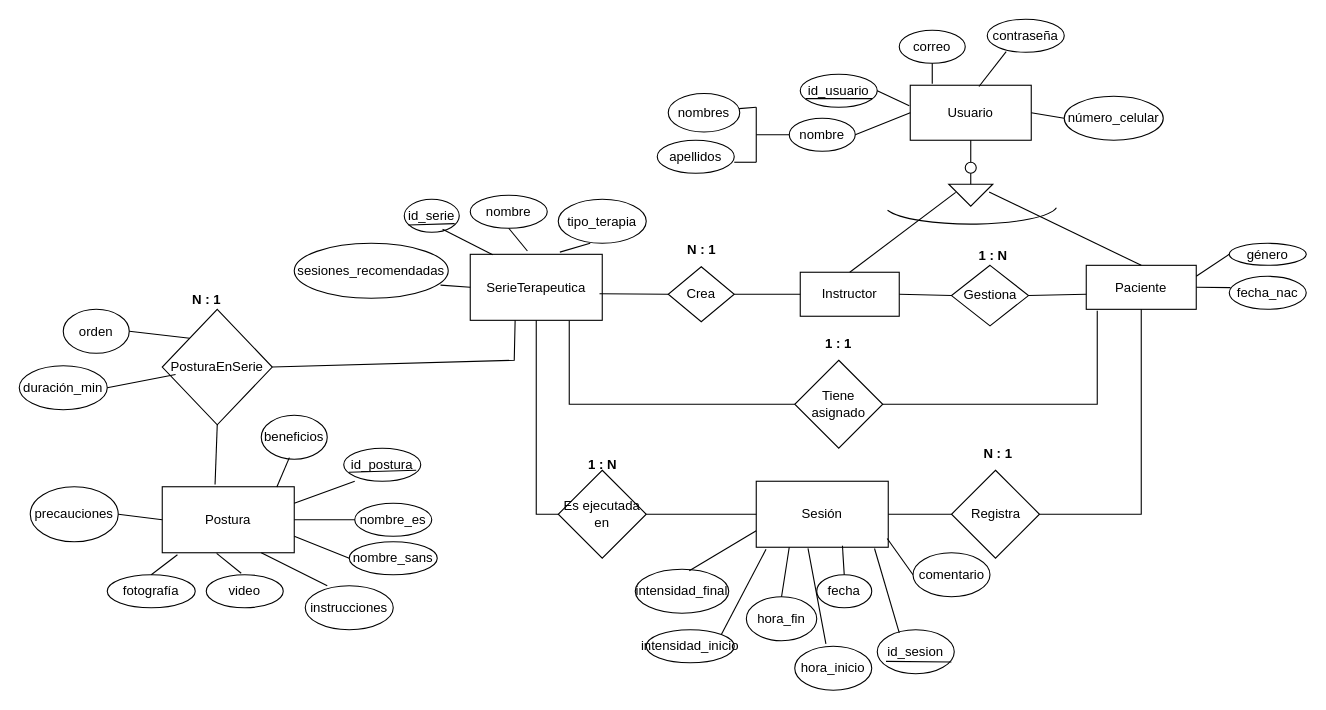
The draw.io diagram v1.0/DiagramaER.drawio in juansuarezb/TheraPose_v2.0, before the edit. Source tidied: cells renumbered, new cells numbered last; positions are measured from the earlier drawing's top-left corner, leaving out a move shared by most shapes. Both pictures are drawn from the tidied source at 110%, with x=0, y=0 at pixel (19, 19).
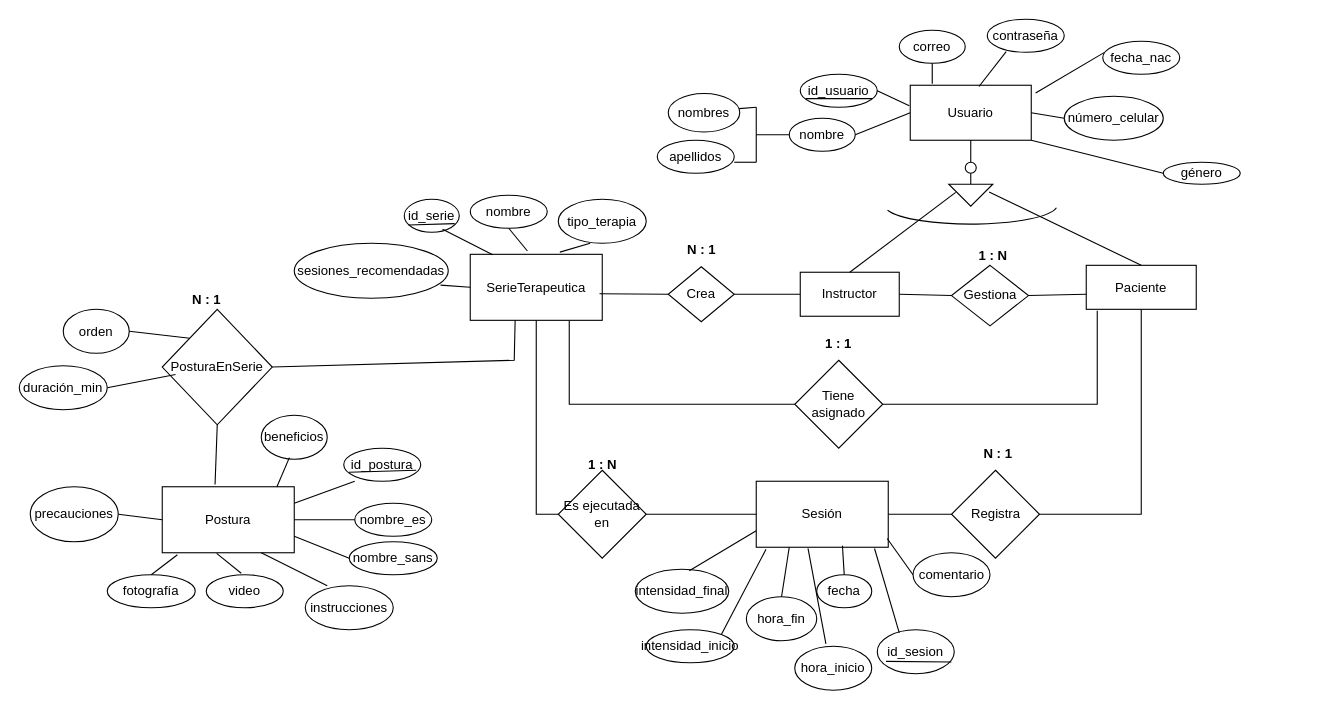
After the change.

Unchanged cells that the change refers to:
```xml
<mxCell id="2" value="Usuario" style="rounded=0;whiteSpace=wrap;html=1;" parent="1" vertex="1">
  <mxGeometry x="810" y="60" width="110" height="50" as="geometry" />
</mxCell>
<mxCell id="13" value="Paciente" style="rounded=0;whiteSpace=wrap;html=1;" parent="1" vertex="1">
  <mxGeometry x="970" y="223.7" width="100" height="40" as="geometry" />
</mxCell>
```

Diff of the diagram source:
```diff
@@
     <mxCell id="25" value="fecha_nac" style="ellipse;whiteSpace=wrap;html=1;" parent="1" vertex="1">
-      <mxGeometry x="1100" y="233.7" width="70" height="30" as="geometry" />
+      <mxGeometry x="985" y="20" width="70" height="30" as="geometry" />
     </mxCell>
-    <mxCell id="26" style="endArrow=none;html=1;rounded=0;entryX=0.017;entryY=0.344;entryDx=0;entryDy=0;entryPerimeter=0;exitX=1;exitY=0.5;exitDx=0;exitDy=0;" parent="1" edge="1" source="13" target="25">
+    <mxCell id="26" style="endArrow=none;html=1;rounded=0;entryX=0.017;entryY=0.344;entryDx=0;entryDy=0;entryPerimeter=0;exitX=1.036;exitY=0.14;exitDx=0;exitDy=0;exitPerimeter=0;" parent="1" edge="1" source="2" target="25">
       <mxGeometry relative="1" as="geometry" />
     </mxCell>
     <mxCell id="27" value="género" style="ellipse;whiteSpace=wrap;html=1;" parent="1" vertex="1">
-      <mxGeometry x="1100" y="203.7" width="70" height="20" as="geometry" />
+      <mxGeometry x="1040" y="130" width="70" height="20" as="geometry" />
     </mxCell>
-    <mxCell id="28" style="endArrow=none;html=1;rounded=0;entryX=0;entryY=0.5;entryDx=0;entryDy=0;exitX=1;exitY=0.25;exitDx=0;exitDy=0;" parent="1" edge="1" source="13" target="27">
+    <mxCell id="28" style="endArrow=none;html=1;rounded=0;entryX=0;entryY=0.5;entryDx=0;entryDy=0;exitX=1;exitY=1;exitDx=0;exitDy=0;" parent="1" edge="1" source="2" target="27">
       <mxGeometry relative="1" as="geometry" />
     </mxCell>
```
